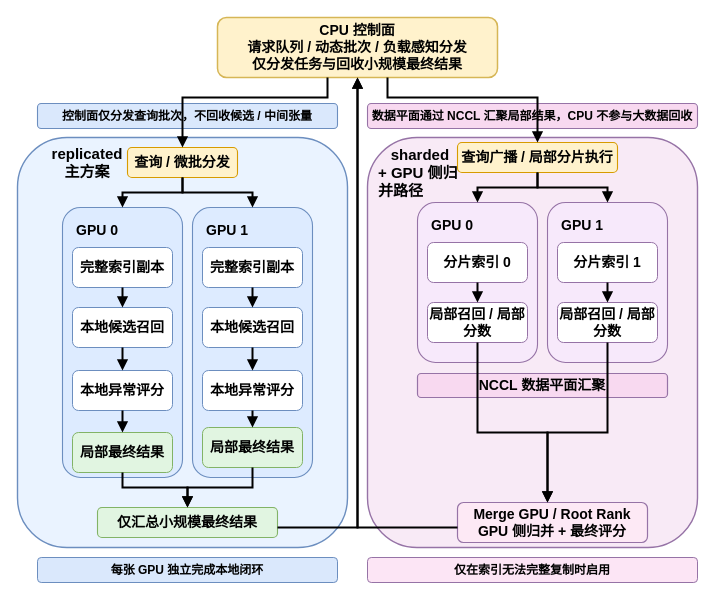
HuangEven/latex-template keeps this draw.io diagram as figures/fig5_1_multi_gpu_overall_architecture.drawio. Above is the earlier version. Source tidied: cells renumbered, new cells numbered last; positions are measured from the earlier drawing's top-left corner, leaving out a move shared by most shapes. Both pictures are drawn from the tidied source at 100%, with x=0, y=0 at pixel (17, 17).
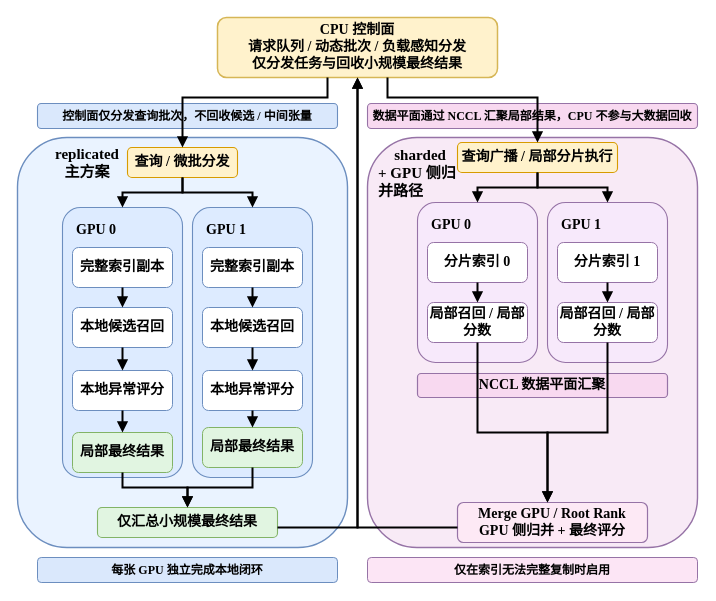
The same page after the edit.

What changed in the source:
```diff
@@
-    <mxCell id="2" value="CPU 控制面&#10;请求队列 / 动态批次 / 负载感知分发&#10;仅分发任务与回收小规模最终结果" style="rounded=1;whiteSpace=wrap;html=1;align=center;verticalAlign=middle;fontStyle=1;fontSize=14;fillColor=#FFF2CC;strokeColor=#D6B656;strokeWidth=1.5;fontColor=#000000;" parent="1" vertex="1">
+    <mxCell id="2" value="CPU 控制面&#10;请求队列 / 动态批次 / 负载感知分发&#10;仅分发任务与回收小规模最终结果" style="rounded=1;whiteSpace=wrap;html=1;align=center;verticalAlign=middle;fontStyle=1;fontSize=14;fillColor=#FFF2CC;strokeColor=#D6B656;strokeWidth=1.5;fontColor=#000000;fontFamily=Times New Roman;" parent="1" vertex="1">
       <mxGeometry x="200" width="280" height="60" as="geometry" />
     </mxCell>
@@
-    <mxCell id="5" value="控制面仅分发查询批次，不回收候选 / 中间张量" style="rounded=1;whiteSpace=wrap;html=1;align=center;verticalAlign=middle;fontSize=12;fillColor=#dae8fc;strokeColor=#6c8ebf;strokeWidth=1.1;fontStyle=1;" parent="1" vertex="1">
+    <mxCell id="5" value="控制面仅分发查询批次，不回收候选 / 中间张量" style="rounded=1;whiteSpace=wrap;html=1;align=center;verticalAlign=middle;fontSize=12;fillColor=#dae8fc;strokeColor=#6c8ebf;strokeWidth=1.1;fontStyle=1;fontFamily=Times New Roman;" parent="1" vertex="1">
       <mxGeometry x="20" y="86" width="300" height="25" as="geometry" />
     </mxCell>
-    <mxCell id="6" value="数据平面通过 NCCL 汇聚局部结果，CPU 不参与大数据回收" style="rounded=1;whiteSpace=wrap;html=1;align=center;verticalAlign=middle;fontSize=12;fontColor=#000000;fillColor=#F8D9F0;strokeColor=#9673A6;strokeWidth=1.1;fontStyle=1;rotation=0;" parent="1" vertex="1">
+    <mxCell id="6" value="数据平面通过 NCCL 汇聚局部结果，CPU 不参与大数据回收" style="rounded=1;whiteSpace=wrap;html=1;align=center;verticalAlign=middle;fontSize=12;fontColor=#000000;fillColor=#F8D9F0;strokeColor=#9673A6;strokeWidth=1.1;fontStyle=1;rotation=0;fontFamily=Times New Roman;" parent="1" vertex="1">
       <mxGeometry x="350" y="86" width="330" height="25" as="geometry" />
     </mxCell>
-    <mxCell id="7" value="GPU 0" style="rounded=1;whiteSpace=wrap;html=1;align=left;verticalAlign=top;spacingLeft=12;spacingTop=8;fontStyle=1;fontSize=14;fillColor=#DDEBFF;strokeColor=#6C8EBF;strokeWidth=1.1;fontColor=#000000;" parent="1" vertex="1">
+    <mxCell id="7" value="GPU 0" style="rounded=1;whiteSpace=wrap;html=1;align=left;verticalAlign=top;spacingLeft=12;spacingTop=8;fontStyle=1;fontSize=14;fillColor=#DDEBFF;strokeColor=#6C8EBF;strokeWidth=1.1;fontColor=#000000;fontFamily=Times New Roman;" parent="1" vertex="1">
       <mxGeometry x="45" y="190" width="120" height="270" as="geometry" />
     </mxCell>
-    <mxCell id="8" value="GPU 1" style="rounded=1;whiteSpace=wrap;html=1;align=left;verticalAlign=top;spacingLeft=12;spacingTop=8;fontStyle=1;fontSize=14;fillColor=#DDEBFF;strokeColor=#6C8EBF;strokeWidth=1.1;rotation=0;fontColor=#000000;" parent="1" vertex="1">
+    <mxCell id="8" value="GPU 1" style="rounded=1;whiteSpace=wrap;html=1;align=left;verticalAlign=top;spacingLeft=12;spacingTop=8;fontStyle=1;fontSize=14;fillColor=#DDEBFF;strokeColor=#6C8EBF;strokeWidth=1.1;rotation=0;fontColor=#000000;fontFamily=Times New Roman;" parent="1" vertex="1">
       <mxGeometry x="175" y="190" width="120" height="270" as="geometry" />
     </mxCell>
-    <mxCell id="9" value="完整索引副本" style="rounded=1;whiteSpace=wrap;html=1;align=center;verticalAlign=middle;fontSize=14;fillColor=#FFFFFF;strokeColor=#6C8EBF;fontStyle=1;fontColor=#000000;" parent="1" vertex="1">
+    <mxCell id="9" value="完整索引副本" style="rounded=1;whiteSpace=wrap;html=1;align=center;verticalAlign=middle;fontSize=14;fillColor=#FFFFFF;strokeColor=#6C8EBF;fontStyle=1;fontColor=#000000;fontFamily=Times New Roman;" parent="1" vertex="1">
       <mxGeometry x="55" y="230" width="100" height="40" as="geometry" />
     </mxCell>
-    <mxCell id="10" value="本地候选召回" style="rounded=1;whiteSpace=wrap;html=1;align=center;verticalAlign=middle;fontSize=14;fillColor=#FFFFFF;strokeColor=#6C8EBF;fontStyle=1;fontColor=#000000;" parent="1" vertex="1">
+    <mxCell id="10" value="本地候选召回" style="rounded=1;whiteSpace=wrap;html=1;align=center;verticalAlign=middle;fontSize=14;fillColor=#FFFFFF;strokeColor=#6C8EBF;fontStyle=1;fontColor=#000000;fontFamily=Times New Roman;" parent="1" vertex="1">
       <mxGeometry x="55" y="290" width="100" height="40" as="geometry" />
     </mxCell>
-    <mxCell id="11" value="本地异常评分" style="rounded=1;whiteSpace=wrap;html=1;align=center;verticalAlign=middle;fontSize=14;fillColor=#FFFFFF;strokeColor=#6C8EBF;fontStyle=1;fontColor=#000000;" parent="1" vertex="1">
+    <mxCell id="11" value="本地异常评分" style="rounded=1;whiteSpace=wrap;html=1;align=center;verticalAlign=middle;fontSize=14;fillColor=#FFFFFF;strokeColor=#6C8EBF;fontStyle=1;fontColor=#000000;fontFamily=Times New Roman;" parent="1" vertex="1">
       <mxGeometry x="55" y="353" width="100" height="40" as="geometry" />
     </mxCell>
-    <mxCell id="12" value="局部最终结果" style="rounded=1;whiteSpace=wrap;html=1;align=center;verticalAlign=middle;fontSize=14;fillColor=#E1F5E1;strokeColor=#82B366;fontStyle=1;fontColor=#000000;" parent="1" vertex="1">
+    <mxCell id="12" value="局部最终结果" style="rounded=1;whiteSpace=wrap;html=1;align=center;verticalAlign=middle;fontSize=14;fillColor=#E1F5E1;strokeColor=#82B366;fontStyle=1;fontColor=#000000;fontFamily=Times New Roman;" parent="1" vertex="1">
       <mxGeometry x="55" y="415" width="100" height="40" as="geometry" />
     </mxCell>
-    <mxCell id="13" value="完整索引副本" style="rounded=1;whiteSpace=wrap;html=1;align=center;verticalAlign=middle;fontSize=14;fillColor=#FFFFFF;strokeColor=#6C8EBF;fontStyle=1;fontColor=#000000;" parent="1" vertex="1">
+    <mxCell id="13" value="完整索引副本" style="rounded=1;whiteSpace=wrap;html=1;align=center;verticalAlign=middle;fontSize=14;fillColor=#FFFFFF;strokeColor=#6C8EBF;fontStyle=1;fontColor=#000000;fontFamily=Times New Roman;" parent="1" vertex="1">
       <mxGeometry x="185" y="230" width="100" height="40" as="geometry" />
     </mxCell>
-    <mxCell id="14" value="本地候选召回" style="rounded=1;whiteSpace=wrap;html=1;align=center;verticalAlign=middle;fontSize=14;fillColor=#FFFFFF;strokeColor=#6C8EBF;fontStyle=1;fontColor=#000000;" parent="1" vertex="1">
+    <mxCell id="14" value="本地候选召回" style="rounded=1;whiteSpace=wrap;html=1;align=center;verticalAlign=middle;fontSize=14;fillColor=#FFFFFF;strokeColor=#6C8EBF;fontStyle=1;fontColor=#000000;fontFamily=Times New Roman;" parent="1" vertex="1">
       <mxGeometry x="185" y="290" width="100" height="40" as="geometry" />
     </mxCell>
-    <mxCell id="15" value="本地异常评分" style="rounded=1;whiteSpace=wrap;html=1;align=center;verticalAlign=middle;fontSize=14;fillColor=#FFFFFF;strokeColor=#6C8EBF;fontStyle=1;fontColor=#000000;" parent="1" vertex="1">
+    <mxCell id="15" value="本地异常评分" style="rounded=1;whiteSpace=wrap;html=1;align=center;verticalAlign=middle;fontSize=14;fillColor=#FFFFFF;strokeColor=#6C8EBF;fontStyle=1;fontColor=#000000;fontFamily=Times New Roman;" parent="1" vertex="1">
       <mxGeometry x="185" y="353" width="100" height="40" as="geometry" />
     </mxCell>
-    <mxCell id="16" value="局部最终结果" style="rounded=1;whiteSpace=wrap;html=1;align=center;verticalAlign=middle;fontSize=14;fillColor=#E1F5E1;strokeColor=#82B366;fontStyle=1;fontColor=#000000;" parent="1" vertex="1">
+    <mxCell id="16" value="局部最终结果" style="rounded=1;whiteSpace=wrap;html=1;align=center;verticalAlign=middle;fontSize=14;fillColor=#E1F5E1;strokeColor=#82B366;fontStyle=1;fontColor=#000000;fontFamily=Times New Roman;" parent="1" vertex="1">
       <mxGeometry x="185" y="410" width="100" height="40" as="geometry" />
     </mxCell>
-    <mxCell id="17" value="每张 GPU 独立完成本地闭环" style="rounded=1;whiteSpace=wrap;html=1;align=center;verticalAlign=middle;fontStyle=1;fontSize=12;fontColor=#000000;fillColor=#DAE8FC;strokeColor=#6C8EBF;" parent="1" vertex="1">
+    <mxCell id="17" value="每张 GPU 独立完成本地闭环" style="rounded=1;whiteSpace=wrap;html=1;align=center;verticalAlign=middle;fontStyle=1;fontSize=12;fontColor=#000000;fillColor=#DAE8FC;strokeColor=#6C8EBF;fontFamily=Times New Roman;" parent="1" vertex="1">
       <mxGeometry x="20" y="540" width="300" height="25" as="geometry" />
     </mxCell>
-    <mxCell id="18" value="查询 / 微批分发" style="rounded=1;whiteSpace=wrap;html=1;align=center;verticalAlign=middle;fontStyle=1;fontSize=14;fillColor=#FFF2CC;strokeColor=#D79B00;strokeWidth=1.1;fontColor=#000000;" parent="1" vertex="1">
+    <mxCell id="18" value="查询 / 微批分发" style="rounded=1;whiteSpace=wrap;html=1;align=center;verticalAlign=middle;fontStyle=1;fontSize=14;fillColor=#FFF2CC;strokeColor=#D79B00;strokeWidth=1.1;fontColor=#000000;fontFamily=Times New Roman;" parent="1" vertex="1">
       <mxGeometry x="110" y="130" width="110" height="30" as="geometry" />
     </mxCell>
-    <mxCell id="19" value="仅汇总小规模最终结果" style="rounded=1;whiteSpace=wrap;html=1;align=center;verticalAlign=middle;fontStyle=1;fontSize=14;fontColor=#000000;fillColor=#E1F5E1;strokeColor=#82B366;strokeWidth=1.1;" parent="1" vertex="1">
+    <mxCell id="19" value="仅汇总小规模最终结果" style="rounded=1;whiteSpace=wrap;html=1;align=center;verticalAlign=middle;fontStyle=1;fontSize=14;fontColor=#000000;fillColor=#E1F5E1;strokeColor=#82B366;strokeWidth=1.1;fontFamily=Times New Roman;" parent="1" vertex="1">
       <mxGeometry x="80" y="490" width="180" height="30" as="geometry" />
     </mxCell>
-    <mxCell id="20" value="GPU 0" style="rounded=1;whiteSpace=wrap;html=1;align=left;verticalAlign=top;spacingLeft=12;spacingTop=8;fontStyle=1;fontSize=14;fillColor=#F7E9FB;strokeColor=#9673A6;strokeWidth=1.1;fontColor=#000000;" parent="1" vertex="1">
+    <mxCell id="20" value="GPU 0" style="rounded=1;whiteSpace=wrap;html=1;align=left;verticalAlign=top;spacingLeft=12;spacingTop=8;fontStyle=1;fontSize=14;fillColor=#F7E9FB;strokeColor=#9673A6;strokeWidth=1.1;fontColor=#000000;fontFamily=Times New Roman;" parent="1" vertex="1">
       <mxGeometry x="400" y="185" width="120" height="160" as="geometry" />
     </mxCell>
-    <mxCell id="21" value="GPU 1" style="rounded=1;whiteSpace=wrap;html=1;align=left;verticalAlign=top;spacingLeft=12;spacingTop=8;fontStyle=1;fontSize=14;fillColor=#F7E9FB;strokeColor=#9673A6;strokeWidth=1.1;fontColor=#000000;rotation=0;" parent="1" vertex="1">
+    <mxCell id="21" value="GPU 1" style="rounded=1;whiteSpace=wrap;html=1;align=left;verticalAlign=top;spacingLeft=12;spacingTop=8;fontStyle=1;fontSize=14;fillColor=#F7E9FB;strokeColor=#9673A6;strokeWidth=1.1;fontColor=#000000;rotation=0;fontFamily=Times New Roman;" parent="1" vertex="1">
       <mxGeometry x="530" y="185" width="120" height="160" as="geometry" />
     </mxCell>
-    <mxCell id="22" value="Merge GPU / Root Rank&#10;GPU 侧归并 + 最终评分" style="rounded=1;whiteSpace=wrap;html=1;align=center;verticalAlign=middle;fontStyle=1;fontSize=14;fillColor=#FDE9F5;strokeColor=#9673A6;strokeWidth=1.2;fontColor=#000000;" parent="1" vertex="1">
+    <mxCell id="22" value="Merge GPU / Root Rank&#10;GPU 侧归并 + 最终评分" style="rounded=1;whiteSpace=wrap;html=1;align=center;verticalAlign=middle;fontStyle=1;fontSize=14;fillColor=#FDE9F5;strokeColor=#9673A6;strokeWidth=1.2;fontColor=#000000;fontFamily=Times New Roman;" parent="1" vertex="1">
       <mxGeometry x="440" y="485" width="190" height="40" as="geometry" />
     </mxCell>
-    <mxCell id="23" value="分片索引 0" style="rounded=1;whiteSpace=wrap;html=1;align=center;verticalAlign=middle;fontSize=14;fillColor=#FFFFFF;strokeColor=#9673A6;fontStyle=1;fontColor=#000000;rotation=0;" parent="1" vertex="1">
+    <mxCell id="23" value="分片索引 0" style="rounded=1;whiteSpace=wrap;html=1;align=center;verticalAlign=middle;fontSize=14;fillColor=#FFFFFF;strokeColor=#9673A6;fontStyle=1;fontColor=#000000;rotation=0;fontFamily=Times New Roman;" parent="1" vertex="1">
       <mxGeometry x="410" y="225" width="100" height="40" as="geometry" />
     </mxCell>
-    <mxCell id="24" value="局部召回 / 局部分数" style="rounded=1;whiteSpace=wrap;html=1;align=center;verticalAlign=middle;fontSize=14;fillColor=#FFFFFF;strokeColor=#9673A6;fontStyle=1;fontColor=#000000;" parent="1" vertex="1">
+    <mxCell id="24" value="局部召回 / 局部分数" style="rounded=1;whiteSpace=wrap;html=1;align=center;verticalAlign=middle;fontSize=14;fillColor=#FFFFFF;strokeColor=#9673A6;fontStyle=1;fontColor=#000000;fontFamily=Times New Roman;" parent="1" vertex="1">
       <mxGeometry x="410" y="285" width="100" height="40" as="geometry" />
     </mxCell>
-    <mxCell id="25" value="分片索引 1" style="rounded=1;whiteSpace=wrap;html=1;align=center;verticalAlign=middle;fontSize=14;fillColor=#FFFFFF;strokeColor=#9673A6;fontStyle=1;fontColor=#000000;" parent="1" vertex="1">
+    <mxCell id="25" value="分片索引 1" style="rounded=1;whiteSpace=wrap;html=1;align=center;verticalAlign=middle;fontSize=14;fillColor=#FFFFFF;strokeColor=#9673A6;fontStyle=1;fontColor=#000000;fontFamily=Times New Roman;" parent="1" vertex="1">
       <mxGeometry x="540" y="225" width="100" height="40" as="geometry" />
     </mxCell>
-    <mxCell id="26" value="局部召回 / 局部分数" style="rounded=1;whiteSpace=wrap;html=1;align=center;verticalAlign=middle;fontSize=14;fillColor=#FFFFFF;strokeColor=#9673A6;fontStyle=1;fontColor=#000000;" parent="1" vertex="1">
+    <mxCell id="26" value="局部召回 / 局部分数" style="rounded=1;whiteSpace=wrap;html=1;align=center;verticalAlign=middle;fontSize=14;fillColor=#FFFFFF;strokeColor=#9673A6;fontStyle=1;fontColor=#000000;fontFamily=Times New Roman;" parent="1" vertex="1">
       <mxGeometry x="540" y="285" width="100" height="40" as="geometry" />
     </mxCell>
-    <mxCell id="27" value="NCCL 数据平面汇聚" style="rounded=1;whiteSpace=wrap;html=1;align=center;verticalAlign=middle;fontStyle=1;fontSize=14;fontColor=#000000;fillColor=#F8D9F0;strokeColor=#9673A6;strokeWidth=1.2;" parent="1" vertex="1">
+    <mxCell id="27" value="NCCL 数据平面汇聚" style="rounded=1;whiteSpace=wrap;html=1;align=center;verticalAlign=middle;fontStyle=1;fontSize=14;fontColor=#000000;fillColor=#F8D9F0;strokeColor=#9673A6;strokeWidth=1.2;fontFamily=Times New Roman;" parent="1" vertex="1">
       <mxGeometry x="400" y="356" width="250" height="24" as="geometry" />
     </mxCell>
-    <mxCell id="28" value="仅在索引无法完整复制时启用" style="rounded=1;whiteSpace=wrap;html=1;align=center;verticalAlign=middle;fontSize=12;fontColor=#000000;fillColor=#FCE5F5;strokeColor=#9673A6;fontStyle=1;rotation=0;" parent="1" vertex="1">
+    <mxCell id="28" value="仅在索引无法完整复制时启用" style="rounded=1;whiteSpace=wrap;html=1;align=center;verticalAlign=middle;fontSize=12;fontColor=#000000;fillColor=#FCE5F5;strokeColor=#9673A6;fontStyle=1;rotation=0;fontFamily=Times New Roman;" parent="1" vertex="1">
       <mxGeometry x="350" y="540" width="330" height="25" as="geometry" />
     </mxCell>
-    <mxCell id="29" value="查询广播 / 局部分片执行" style="rounded=1;whiteSpace=wrap;html=1;align=center;verticalAlign=middle;fontStyle=1;fontSize=14;fillColor=#FFF2CC;strokeColor=#D79B00;strokeWidth=1.1;fontColor=#000000;" parent="1" vertex="1">
+    <mxCell id="29" value="查询广播 / 局部分片执行" style="rounded=1;whiteSpace=wrap;html=1;align=center;verticalAlign=middle;fontStyle=1;fontSize=14;fillColor=#FFF2CC;strokeColor=#D79B00;strokeWidth=1.1;fontColor=#000000;fontFamily=Times New Roman;" parent="1" vertex="1">
       <mxGeometry x="440" y="125" width="160" height="30" as="geometry" />
     </mxCell>
@@
-    <mxCell id="50" value="&lt;span style=&quot;font-weight: 700; text-align: left;&quot;&gt;&lt;font style=&quot;font-size: 15px;&quot;&gt;replicated 主方案&lt;/font&gt;&lt;/span&gt;" style="text;html=1;align=center;verticalAlign=middle;whiteSpace=wrap;rounded=0;fontColor=#000000;" parent="1" vertex="1">
+    <mxCell id="50" value="&lt;span style=&quot;font-weight: 700; text-align: left;&quot;&gt;&lt;font style=&quot;font-size: 15px;&quot;&gt;replicated 主方案&lt;/font&gt;&lt;/span&gt;" style="text;html=1;align=center;verticalAlign=middle;whiteSpace=wrap;rounded=0;fontColor=#000000;fontFamily=Times New Roman;" parent="1" vertex="1">
       <mxGeometry x="40" y="130" width="60" height="30" as="geometry" />
     </mxCell>
-    <mxCell id="51" value="&lt;span style=&quot;font-weight: 700; text-align: left; background-color: transparent;&quot;&gt;&lt;font style=&quot;font-size: 15px;&quot;&gt;sharded&amp;nbsp;&lt;/font&gt;&lt;/span&gt;&lt;div style=&quot;font-weight: 700; text-align: left;&quot;&gt;&lt;span style=&quot;background-color: transparent;&quot;&gt;&lt;font style=&quot;font-size: 15px;&quot;&gt;+ GPU 侧归并路径&lt;/font&gt;&lt;/span&gt;&lt;/div&gt;" style="text;html=1;align=center;verticalAlign=middle;whiteSpace=wrap;rounded=0;" parent="1" vertex="1">
+    <mxCell id="51" value="&lt;span style=&quot;font-weight: 700; text-align: left; background-color: transparent;&quot;&gt;&lt;font style=&quot;font-size: 15px;&quot;&gt;sharded&amp;nbsp;&lt;/font&gt;&lt;/span&gt;&lt;div style=&quot;font-weight: 700; text-align: left;&quot;&gt;&lt;span style=&quot;background-color: transparent;&quot;&gt;&lt;font style=&quot;font-size: 15px;&quot;&gt;+ GPU 侧归并路径&lt;/font&gt;&lt;/span&gt;&lt;/div&gt;" style="text;html=1;align=center;verticalAlign=middle;whiteSpace=wrap;rounded=0;fontFamily=Times New Roman;" parent="1" vertex="1">
       <mxGeometry x="360" y="140" width="90" height="30" as="geometry" />
     </mxCell>
```
